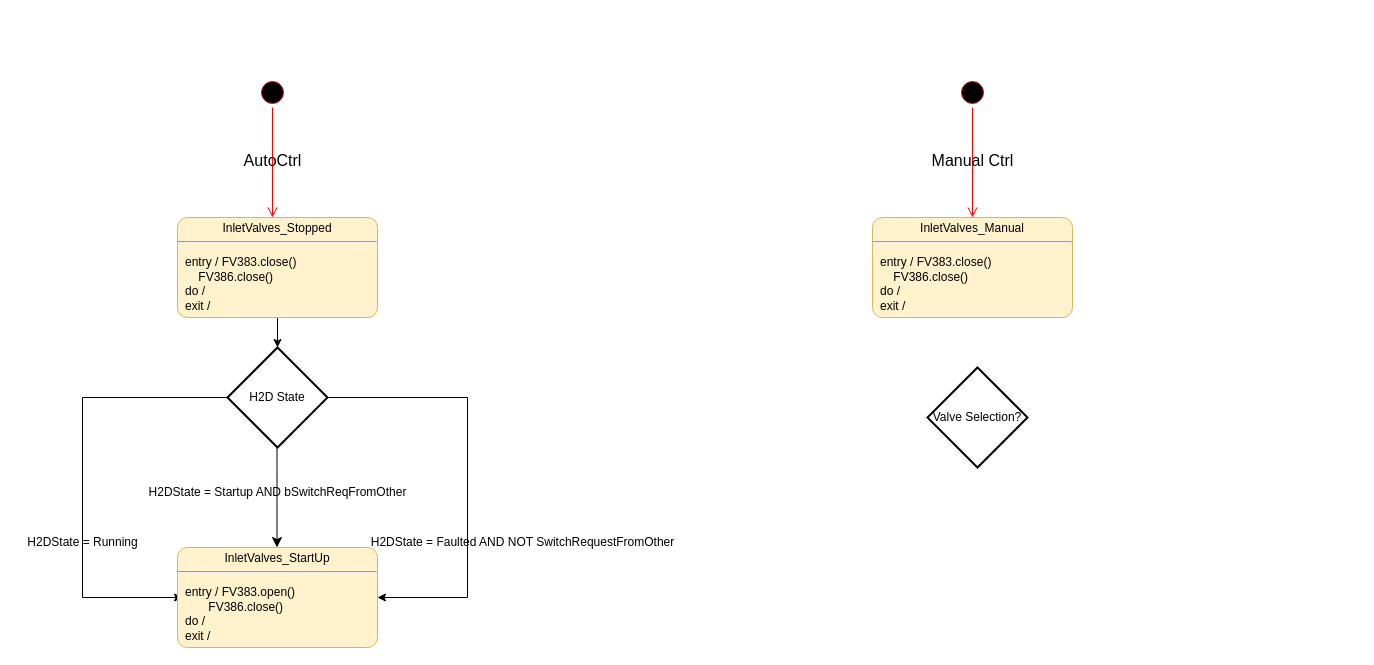
Earlier version of the draw.io diagram page "InletAirSupplyController" (12 of 12) of H2D Modular.drawio (EdwardsKorea/CommonDrawIO). Source tidied: cells renumbered, new cells numbered last; positions are measured from the earlier drawing's top-left corner, leaving out a move shared by most shapes. Both pictures are drawn from the tidied source at 100%, with x=0, y=0 at pixel (17, 77).
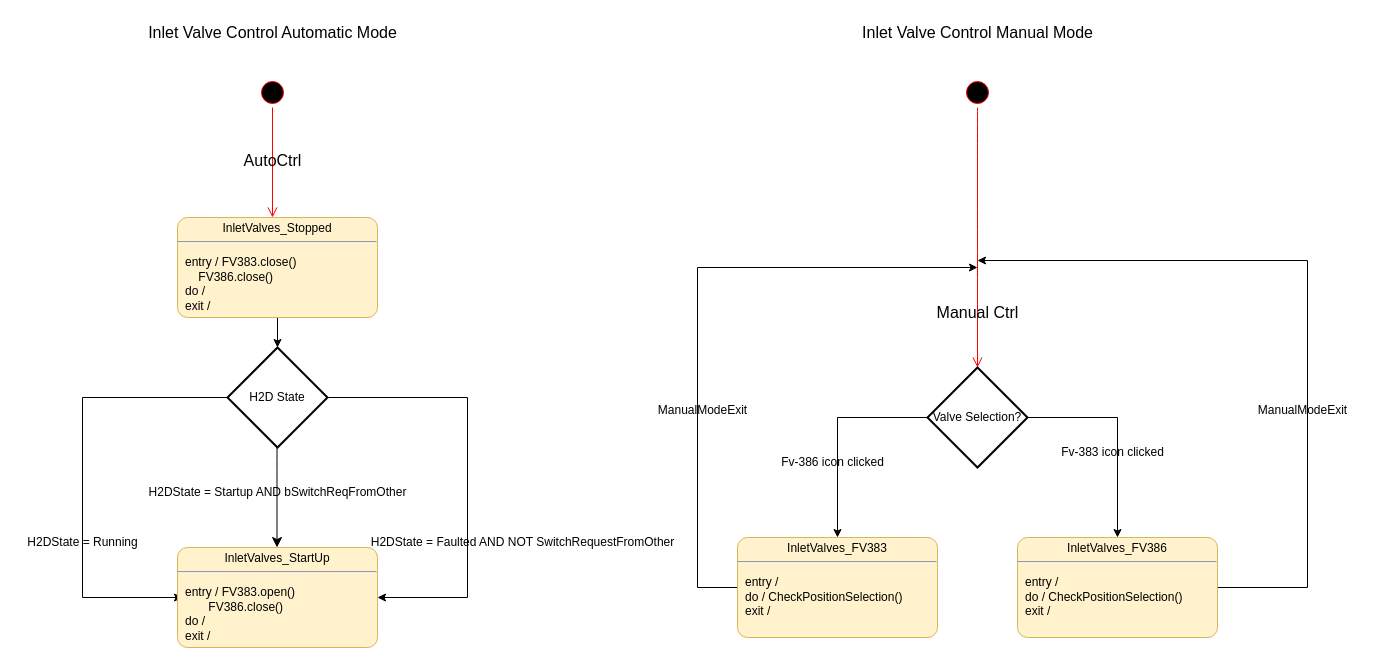
After the change.

The change refers to these unchanged cells:
```xml
<mxCell id="19" value="Valve Selection?" style="strokeWidth=2;html=1;shape=mxgraph.flowchart.decision;whiteSpace=wrap;" parent="1" vertex="1">
  <mxGeometry x="910" y="290" width="100" height="100" as="geometry" />
</mxCell>
```

Change to the diagram source:
```diff
@@
     <mxCell id="4" style="ellipse;html=1;shape=startState;fillColor=#000000;strokeColor=#ff0000;fontSize=16;" parent="1" vertex="1">
-      <mxGeometry x="940" width="30" height="30" as="geometry" />
+      <mxGeometry x="945" width="30" height="30" as="geometry" />
     </mxCell>
-    <mxCell id="5" style="edgeStyle=orthogonalEdgeStyle;html=1;verticalAlign=bottom;endArrow=open;endSize=8;strokeColor=#ff0000;rounded=0;fontSize=12;curved=1;" parent="1" edge="1" source="4">
-      <mxGeometry relative="1" as="geometry">
-        <mxPoint x="955" y="140" as="targetPoint" />
-      </mxGeometry>
+    <mxCell id="5" style="edgeStyle=orthogonalEdgeStyle;html=1;verticalAlign=bottom;endArrow=open;endSize=8;strokeColor=#ff0000;rounded=0;fontSize=12;curved=1;entryX=0.5;entryY=0;entryDx=0;entryDy=0;entryPerimeter=0;" parent="1" edge="1" source="4" target="19">
+      <mxGeometry relative="1" as="geometry" />
     </mxCell>
@@
     <mxCell id="10" value="Manual Ctrl" style="text;html=1;align=center;verticalAlign=middle;strokeColor=none;fillColor=none;fontSize=16;" parent="1" vertex="1">
-      <mxGeometry x="900" y="68" width="110" height="30" as="geometry" />
+      <mxGeometry x="905" y="220" width="110" height="30" as="geometry" />
     </mxCell>
@@
-    <mxCell id="18" value="&lt;p style=&quot;margin:0px;margin-top:4px;text-align:center;&quot;&gt;InletValves_Manual&lt;/p&gt;&lt;hr&gt;&lt;p&gt;&lt;/p&gt;&lt;p style=&quot;margin:0px;margin-left:8px;text-align:left;&quot;&gt;entry / FV383.close()&amp;nbsp;&amp;nbsp;&lt;/p&gt;&lt;p style=&quot;margin:0px;margin-left:8px;text-align:left;&quot;&gt;&lt;span style=&quot;white-space: pre;&quot;&gt; &lt;/span&gt;&amp;nbsp; &amp;nbsp;FV386.close()&lt;br&gt;&lt;/p&gt;&lt;p style=&quot;margin:0px;margin-left:8px;text-align:left;&quot;&gt;do /&amp;nbsp;&lt;br&gt;exit /&amp;nbsp;&lt;/p&gt;" style="shape=mxgraph.sysml.simpleState;html=1;overflow=fill;whiteSpace=wrap;align=center;fillColor=#fff2cc;strokeColor=#d6b656;" parent="1" vertex="1">
-      <mxGeometry x="855" y="140" width="200" height="100" as="geometry" />
-    </mxCell>
+    <mxCell id="20" style="edgeStyle=orthogonalEdgeStyle;rounded=0;jettySize=auto;html=1;entryX=0.5;entryY=0;entryDx=0;entryDy=0;entryPerimeter=0;" parent="1" edge="1" source="19" target="25">
+      <mxGeometry relative="1" as="geometry">
+        <Array as="points">
+          <mxPoint x="1100" y="340" />
+        </Array>
+      </mxGeometry>
+    </mxCell>
+    <mxCell id="21" style="edgeStyle=orthogonalEdgeStyle;rounded=0;jettySize=auto;html=1;entryX=0.5;entryY=0;entryDx=0;entryDy=0;entryPerimeter=0;" parent="1" edge="1" source="19" target="23">
+      <mxGeometry relative="1" as="geometry">
+        <Array as="points">
+          <mxPoint x="820" y="340" />
+        </Array>
+      </mxGeometry>
+    </mxCell>
@@
+    <mxCell id="22" style="edgeStyle=orthogonalEdgeStyle;rounded=0;jettySize=auto;html=1;" parent="1" edge="1" source="23">
+      <mxGeometry relative="1" as="geometry">
+        <mxPoint x="960" y="190" as="targetPoint" />
+        <Array as="points">
+          <mxPoint x="680" y="510" />
+          <mxPoint x="680" y="190" />
+        </Array>
+      </mxGeometry>
+    </mxCell>
+    <mxCell id="23" value="&lt;p style=&quot;margin:0px;margin-top:4px;text-align:center;&quot;&gt;InletValves_FV383&lt;/p&gt;&lt;hr&gt;&lt;p&gt;&lt;/p&gt;&lt;p style=&quot;margin:0px;margin-left:8px;text-align:left;&quot;&gt;entry /&amp;nbsp;&lt;/p&gt;&lt;p style=&quot;margin:0px;margin-left:8px;text-align:left;&quot;&gt;do / CheckPositionSelection()&lt;br&gt;exit /&amp;nbsp;&lt;/p&gt;" style="shape=mxgraph.sysml.simpleState;html=1;overflow=fill;whiteSpace=wrap;align=center;fillColor=#fff2cc;strokeColor=#d6b656;" parent="1" vertex="1">
+      <mxGeometry x="720" y="460" width="200" height="100" as="geometry" />
+    </mxCell>
+    <mxCell id="24" style="edgeStyle=orthogonalEdgeStyle;rounded=0;jettySize=auto;html=1;" parent="1" edge="1" source="25">
+      <mxGeometry relative="1" as="geometry">
+        <mxPoint x="960" y="183" as="targetPoint" />
+        <Array as="points">
+          <mxPoint x="1290" y="510" />
+          <mxPoint x="1290" y="183" />
+        </Array>
+      </mxGeometry>
+    </mxCell>
+    <mxCell id="25" value="&lt;p style=&quot;margin:0px;margin-top:4px;text-align:center;&quot;&gt;InletValves_FV386&lt;/p&gt;&lt;hr&gt;&lt;p&gt;&lt;/p&gt;&lt;p style=&quot;margin:0px;margin-left:8px;text-align:left;&quot;&gt;entry /&amp;nbsp;&lt;/p&gt;&lt;p style=&quot;margin:0px;margin-left:8px;text-align:left;&quot;&gt;do / CheckPositionSelection()&lt;br&gt;exit /&amp;nbsp;&lt;/p&gt;" style="shape=mxgraph.sysml.simpleState;html=1;overflow=fill;whiteSpace=wrap;align=center;fillColor=#fff2cc;strokeColor=#d6b656;" parent="1" vertex="1">
+      <mxGeometry x="1000" y="460" width="200" height="100" as="geometry" />
+    </mxCell>
+    <mxCell id="26" value="Fv-383 icon clicked&lt;br&gt;" style="text;html=1;align=center;verticalAlign=middle;strokeColor=none;fillColor=none;" parent="1" vertex="1">
+      <mxGeometry x="1030" y="360" width="130" height="30" as="geometry" />
+    </mxCell>
+    <mxCell id="27" value="Fv-386 icon clicked" style="text;html=1;align=center;verticalAlign=middle;strokeColor=none;fillColor=none;" parent="1" vertex="1">
+      <mxGeometry x="750" y="370" width="130" height="30" as="geometry" />
+    </mxCell>
+    <mxCell id="28" value="ManualModeExit" style="text;html=1;align=center;verticalAlign=middle;strokeColor=none;fillColor=none;" parent="1" vertex="1">
+      <mxGeometry x="630" y="318" width="110" height="30" as="geometry" />
+    </mxCell>
+    <mxCell id="29" value="ManualModeExit" style="text;html=1;align=center;verticalAlign=middle;strokeColor=none;fillColor=none;" parent="1" vertex="1">
+      <mxGeometry x="1230" y="318" width="110" height="30" as="geometry" />
+    </mxCell>
+    <mxCell id="30" value="&lt;font style=&quot;font-size: 16px;&quot;&gt;Inlet Valve Control Automatic Mode&lt;/font&gt;" style="text;html=1;align=center;verticalAlign=middle;strokeColor=none;fillColor=none;" parent="1" vertex="1">
+      <mxGeometry x="120" y="-60" width="270" height="30" as="geometry" />
+    </mxCell>
+    <mxCell id="31" value="&lt;font style=&quot;font-size: 16px;&quot;&gt;Inlet Valve Control Manual Mode&lt;/font&gt;" style="text;html=1;align=center;verticalAlign=middle;strokeColor=none;fillColor=none;" parent="1" vertex="1">
+      <mxGeometry x="835" y="-60" width="250" height="30" as="geometry" />
+    </mxCell>
```
